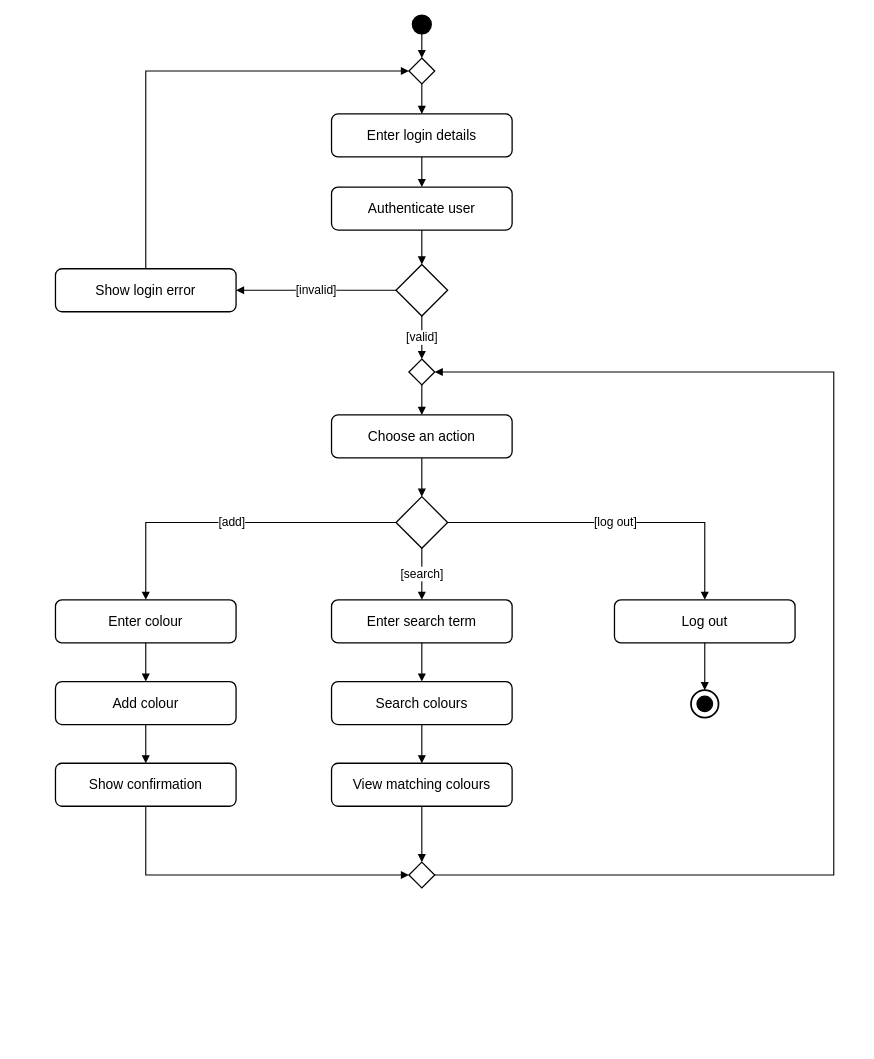
This is docs/uml/activity.drawio from milesrack/colors-lamp, a draw.io file, before an edit. Source tidied: cells renumbered, new cells numbered last; positions are measured from the earlier drawing's top-left corner, leaving out a move shared by most shapes. Both pictures are drawn from the tidied source at 86%, with x=0, y=0 at pixel (55, 15).
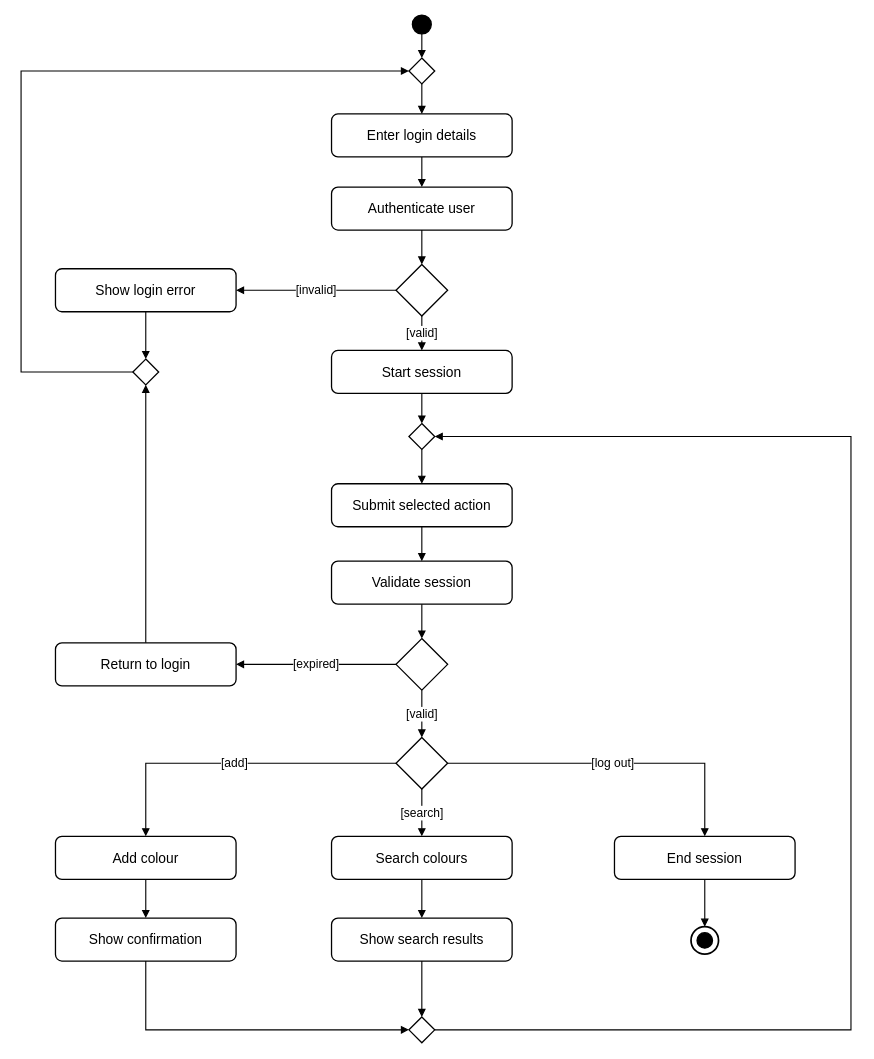
After the change.

The change refers to these unchanged cells:
```xml
<mxCell id="3" style="html=1;whiteSpace=wrap;fontFamily=Helvetica;fontSize=16;fontColor=#000000;strokeColor=#000000;fillColor=#FFFFFF;strokeWidth=1.5;rhombus;" parent="1" vertex="1">
  <mxGeometry x="411" y="50" width="30" height="30" as="geometry" />
</mxCell>
<mxCell id="6" style="html=1;whiteSpace=wrap;fontFamily=Helvetica;fontSize=16;fontColor=#000000;strokeColor=#000000;fillColor=#FFFFFF;strokeWidth=1.5;rhombus;" parent="1" vertex="1">
  <mxGeometry x="396" y="290" width="60" height="60" as="geometry" />
</mxCell>
<mxCell id="7" value="Show login error" style="html=1;whiteSpace=wrap;fontFamily=Helvetica;fontSize=16;fontColor=#000000;strokeColor=#000000;fillColor=#FFFFFF;strokeWidth=1.5;rounded=1;arcSize=15;" parent="1" vertex="1">
  <mxGeometry y="295" width="210" height="50" as="geometry" />
</mxCell>
```

Change to the diagram source:
```diff
@@
+    <mxCell id="41" style="html=1;whiteSpace=wrap;fontFamily=Helvetica;fontSize=16;fontColor=#000000;strokeColor=#000000;fillColor=#FFFFFF;strokeWidth=1.5;rhombus;" parent="1" vertex="1">
+      <mxGeometry x="90" y="400" width="30" height="30" as="geometry" />
+    </mxCell>
+    <mxCell id="42" value="Start session" style="html=1;whiteSpace=wrap;fontFamily=Helvetica;fontSize=16;fontColor=#000000;strokeColor=#000000;fillColor=#FFFFFF;strokeWidth=1.5;rounded=1;arcSize=15;" parent="1" vertex="1">
+      <mxGeometry x="321" y="390" width="210" height="50" as="geometry" />
+    </mxCell>
     <mxCell id="8" style="html=1;whiteSpace=wrap;fontFamily=Helvetica;fontSize=16;fontColor=#000000;strokeColor=#000000;fillColor=#FFFFFF;strokeWidth=1.5;rhombus;" parent="1" vertex="1">
-      <mxGeometry x="411" y="400" width="30" height="30" as="geometry" />
+      <mxGeometry x="411" y="475" width="30" height="30" as="geometry" />
     </mxCell>
-    <mxCell id="9" value="Choose an action" style="html=1;whiteSpace=wrap;fontFamily=Helvetica;fontSize=16;fontColor=#000000;strokeColor=#000000;fillColor=#FFFFFF;strokeWidth=1.5;rounded=1;arcSize=15;" parent="1" vertex="1">
-      <mxGeometry x="321" y="465" width="210" height="50" as="geometry" />
+    <mxCell id="9" value="Submit selected action" style="html=1;whiteSpace=wrap;fontFamily=Helvetica;fontSize=16;fontColor=#000000;strokeColor=#000000;fillColor=#FFFFFF;strokeWidth=1.5;rounded=1;arcSize=15;" parent="1" vertex="1">
+      <mxGeometry x="321" y="545" width="210" height="50" as="geometry" />
     </mxCell>
+    <mxCell id="43" value="Validate session" style="html=1;whiteSpace=wrap;fontFamily=Helvetica;fontSize=16;fontColor=#000000;strokeColor=#000000;fillColor=#FFFFFF;strokeWidth=1.5;rounded=1;arcSize=15;" parent="1" vertex="1">
+      <mxGeometry x="321" y="635" width="210" height="50" as="geometry" />
+    </mxCell>
+    <mxCell id="44" style="html=1;whiteSpace=wrap;fontFamily=Helvetica;fontSize=16;fontColor=#000000;strokeColor=#000000;fillColor=#FFFFFF;strokeWidth=1.5;rhombus;" parent="1" vertex="1">
+      <mxGeometry x="396" y="725" width="60" height="60" as="geometry" />
+    </mxCell>
+    <mxCell id="45" value="Return to login" style="html=1;whiteSpace=wrap;fontFamily=Helvetica;fontSize=16;fontColor=#000000;strokeColor=#000000;fillColor=#FFFFFF;strokeWidth=1.5;rounded=1;arcSize=15;" parent="1" vertex="1">
+      <mxGeometry y="730" width="210" height="50" as="geometry" />
+    </mxCell>
     <mxCell id="10" style="html=1;whiteSpace=wrap;fontFamily=Helvetica;fontSize=16;fontColor=#000000;strokeColor=#000000;fillColor=#FFFFFF;strokeWidth=1.5;rhombus;" parent="1" vertex="1">
-      <mxGeometry x="396" y="560" width="60" height="60" as="geometry" />
+      <mxGeometry x="396" y="840" width="60" height="60" as="geometry" />
     </mxCell>
-    <mxCell id="11" value="Enter colour" style="html=1;whiteSpace=wrap;fontFamily=Helvetica;fontSize=16;fontColor=#000000;strokeColor=#000000;fillColor=#FFFFFF;strokeWidth=1.5;rounded=1;arcSize=15;" parent="1" vertex="1">
-      <mxGeometry y="680" width="210" height="50" as="geometry" />
-    </mxCell>
     <mxCell id="12" value="Add colour" style="html=1;whiteSpace=wrap;fontFamily=Helvetica;fontSize=16;fontColor=#000000;strokeColor=#000000;fillColor=#FFFFFF;strokeWidth=1.5;rounded=1;arcSize=15;" parent="1" vertex="1">
-      <mxGeometry y="775" width="210" height="50" as="geometry" />
+      <mxGeometry y="955" width="210" height="50" as="geometry" />
     </mxCell>
     <mxCell id="13" value="Show confirmation" style="html=1;whiteSpace=wrap;fontFamily=Helvetica;fontSize=16;fontColor=#000000;strokeColor=#000000;fillColor=#FFFFFF;strokeWidth=1.5;rounded=1;arcSize=15;" parent="1" vertex="1">
-      <mxGeometry y="870" width="210" height="50" as="geometry" />
+      <mxGeometry y="1050" width="210" height="50" as="geometry" />
     </mxCell>
-    <mxCell id="14" value="Enter search term" style="html=1;whiteSpace=wrap;fontFamily=Helvetica;fontSize=16;fontColor=#000000;strokeColor=#000000;fillColor=#FFFFFF;strokeWidth=1.5;rounded=1;arcSize=15;" parent="1" vertex="1">
-      <mxGeometry x="321" y="680" width="210" height="50" as="geometry" />
-    </mxCell>
     <mxCell id="15" value="Search colours" style="html=1;whiteSpace=wrap;fontFamily=Helvetica;fontSize=16;fontColor=#000000;strokeColor=#000000;fillColor=#FFFFFF;strokeWidth=1.5;rounded=1;arcSize=15;" parent="1" vertex="1">
-      <mxGeometry x="321" y="775" width="210" height="50" as="geometry" />
+      <mxGeometry x="321" y="955" width="210" height="50" as="geometry" />
     </mxCell>
-    <mxCell id="16" value="View matching colours" style="html=1;whiteSpace=wrap;fontFamily=Helvetica;fontSize=16;fontColor=#000000;strokeColor=#000000;fillColor=#FFFFFF;strokeWidth=1.5;rounded=1;arcSize=15;" parent="1" vertex="1">
-      <mxGeometry x="321" y="870" width="210" height="50" as="geometry" />
+    <mxCell id="16" value="Show search results" style="html=1;whiteSpace=wrap;fontFamily=Helvetica;fontSize=16;fontColor=#000000;strokeColor=#000000;fillColor=#FFFFFF;strokeWidth=1.5;rounded=1;arcSize=15;" parent="1" vertex="1">
+      <mxGeometry x="321" y="1050" width="210" height="50" as="geometry" />
     </mxCell>
-    <mxCell id="17" value="Log out" style="html=1;whiteSpace=wrap;fontFamily=Helvetica;fontSize=16;fontColor=#000000;strokeColor=#000000;fillColor=#FFFFFF;strokeWidth=1.5;rounded=1;arcSize=15;" parent="1" vertex="1">
-      <mxGeometry x="650" y="680" width="210" height="50" as="geometry" />
+    <mxCell id="17" value="End session" style="html=1;whiteSpace=wrap;fontFamily=Helvetica;fontSize=16;fontColor=#000000;strokeColor=#000000;fillColor=#FFFFFF;strokeWidth=1.5;rounded=1;arcSize=15;" parent="1" vertex="1">
+      <mxGeometry x="650" y="955" width="210" height="50" as="geometry" />
     </mxCell>
     <mxCell id="18" style="html=1;whiteSpace=wrap;fontFamily=Helvetica;fontSize=16;fontColor=#000000;strokeColor=#000000;fillColor=#FFFFFF;strokeWidth=1.5;ellipse;fillColor=#FFFFFF;strokeWidth=2;" parent="1" vertex="1">
-      <mxGeometry x="739" y="785" width="32" height="32" as="geometry" />
+      <mxGeometry x="739" y="1060" width="32" height="32" as="geometry" />
     </mxCell>
     <mxCell id="19" style="html=1;whiteSpace=wrap;fontFamily=Helvetica;fontSize=16;fontColor=#000000;strokeColor=#000000;fillColor=#FFFFFF;strokeWidth=1.5;ellipse;fillColor=#000000;" parent="1" vertex="1">
-      <mxGeometry x="746" y="792" width="18" height="18" as="geometry" />
+      <mxGeometry x="746" y="1067" width="18" height="18" as="geometry" />
     </mxCell>
     <mxCell id="20" style="html=1;whiteSpace=wrap;fontFamily=Helvetica;fontSize=16;fontColor=#000000;strokeColor=#000000;fillColor=#FFFFFF;strokeWidth=1.5;rhombus;" parent="1" vertex="1">
-      <mxGeometry x="411" y="985" width="30" height="30" as="geometry" />
+      <mxGeometry x="411" y="1165" width="30" height="30" as="geometry" />
     </mxCell>
@@
-    <mxCell id="25" style="edgeStyle=orthogonalEdgeStyle;rounded=0;html=1;fontFamily=Helvetica;fontSize=14;fontColor=#000000;strokeColor=#000000;strokeWidth=1.3;labelBackgroundColor=#FFFFFF;endArrow=block;endFill=1;jettySize=auto;exitX=0.5;exitY=1;entryX=0.5;entryY=0;jettySize=0;" parent="1" edge="1" source="8" target="9">
+    <mxCell id="25" style="edgeStyle=orthogonalEdgeStyle;rounded=0;html=1;fontFamily=Helvetica;fontSize=14;fontColor=#000000;strokeColor=#000000;strokeWidth=1.3;labelBackgroundColor=#FFFFFF;endArrow=block;endFill=1;jettySize=auto;exitX=0.5;exitY=1;entryX=0.5;entryY=0;jettySize=0;" parent="1" edge="1" source="42" target="8">
       <mxGeometry relative="1" as="geometry" />
     </mxCell>
-    <mxCell id="26" style="edgeStyle=orthogonalEdgeStyle;rounded=0;html=1;fontFamily=Helvetica;fontSize=14;fontColor=#000000;strokeColor=#000000;strokeWidth=1.3;labelBackgroundColor=#FFFFFF;endArrow=block;endFill=1;jettySize=auto;exitX=0.5;exitY=1;entryX=0.5;entryY=0;jettySize=0;" parent="1" edge="1" source="9" target="10">
+    <mxCell id="26" style="edgeStyle=orthogonalEdgeStyle;rounded=0;html=1;fontFamily=Helvetica;fontSize=14;fontColor=#000000;strokeColor=#000000;strokeWidth=1.3;labelBackgroundColor=#FFFFFF;endArrow=block;endFill=1;jettySize=auto;exitX=0.5;exitY=1;entryX=0.5;entryY=0;jettySize=0;" parent="1" edge="1" source="8" target="9">
       <mxGeometry relative="1" as="geometry" />
     </mxCell>
-    <mxCell id="27" style="edgeStyle=orthogonalEdgeStyle;rounded=0;html=1;fontFamily=Helvetica;fontSize=14;fontColor=#000000;strokeColor=#000000;strokeWidth=1.3;labelBackgroundColor=#FFFFFF;endArrow=block;endFill=1;jettySize=auto;exitX=0.5;exitY=1;entryX=0.5;entryY=0;jettySize=0;" parent="1" edge="1" source="11" target="12">
+    <mxCell id="27" style="edgeStyle=orthogonalEdgeStyle;rounded=0;html=1;fontFamily=Helvetica;fontSize=14;fontColor=#000000;strokeColor=#000000;strokeWidth=1.3;labelBackgroundColor=#FFFFFF;endArrow=block;endFill=1;jettySize=auto;exitX=0.5;exitY=1;entryX=0.5;entryY=0;jettySize=0;" parent="1" edge="1" source="9" target="43">
       <mxGeometry relative="1" as="geometry" />
     </mxCell>
-    <mxCell id="28" style="edgeStyle=orthogonalEdgeStyle;rounded=0;html=1;fontFamily=Helvetica;fontSize=14;fontColor=#000000;strokeColor=#000000;strokeWidth=1.3;labelBackgroundColor=#FFFFFF;endArrow=block;endFill=1;jettySize=auto;exitX=0.5;exitY=1;entryX=0.5;entryY=0;jettySize=0;" parent="1" edge="1" source="12" target="13">
+    <mxCell id="28" style="edgeStyle=orthogonalEdgeStyle;rounded=0;html=1;fontFamily=Helvetica;fontSize=14;fontColor=#000000;strokeColor=#000000;strokeWidth=1.3;labelBackgroundColor=#FFFFFF;endArrow=block;endFill=1;jettySize=auto;exitX=0.5;exitY=1;entryX=0.5;entryY=0;jettySize=0;" parent="1" edge="1" source="43" target="44">
       <mxGeometry relative="1" as="geometry" />
     </mxCell>
-    <mxCell id="29" style="edgeStyle=orthogonalEdgeStyle;rounded=0;html=1;fontFamily=Helvetica;fontSize=14;fontColor=#000000;strokeColor=#000000;strokeWidth=1.3;labelBackgroundColor=#FFFFFF;endArrow=block;endFill=1;jettySize=auto;exitX=0.5;exitY=1;entryX=0.5;entryY=0;jettySize=0;" parent="1" edge="1" source="14" target="15">
+    <mxCell id="29" style="edgeStyle=orthogonalEdgeStyle;rounded=0;html=1;fontFamily=Helvetica;fontSize=14;fontColor=#000000;strokeColor=#000000;strokeWidth=1.3;labelBackgroundColor=#FFFFFF;endArrow=block;endFill=1;jettySize=auto;exitX=0.5;exitY=1;entryX=0.5;entryY=0;jettySize=0;" parent="1" edge="1" source="12" target="13">
       <mxGeometry relative="1" as="geometry" />
     </mxCell>
@@
-    <mxCell id="34" style="edgeStyle=orthogonalEdgeStyle;rounded=0;html=1;fontFamily=Helvetica;fontSize=14;fontColor=#000000;strokeColor=#000000;strokeWidth=1.3;labelBackgroundColor=#FFFFFF;endArrow=block;endFill=1;jettySize=auto;exitX=0.5;exitY=1;entryX=0.5;entryY=0;jettySize=0;exitX=0.5;exitY=0;entryX=0;entryY=0.5;" parent="1" edge="1" source="7" target="3">
-      <mxGeometry relative="1" as="geometry">
-        <Array as="points">
-          <mxPoint x="105" y="65" />
-        </Array>
-      </mxGeometry>
+    <mxCell id="34" style="edgeStyle=orthogonalEdgeStyle;rounded=0;html=1;fontFamily=Helvetica;fontSize=14;fontColor=#000000;strokeColor=#000000;strokeWidth=1.3;labelBackgroundColor=#FFFFFF;endArrow=block;endFill=1;jettySize=auto;exitX=0.5;exitY=1;entryX=0.5;entryY=0;jettySize=0;" parent="1" edge="1" source="7" target="41">
+      <mxGeometry relative="1" as="geometry" />
     </mxCell>
-    <mxCell id="35" value="[valid]" style="edgeStyle=orthogonalEdgeStyle;rounded=0;html=1;fontFamily=Helvetica;fontSize=14;fontColor=#000000;strokeColor=#000000;strokeWidth=1.3;labelBackgroundColor=#FFFFFF;endArrow=block;endFill=1;jettySize=auto;exitX=0.5;exitY=1;entryX=0.5;entryY=0;jettySize=0;" parent="1" edge="1" source="6" target="8">
+    <mxCell id="35" value="[valid]" style="edgeStyle=orthogonalEdgeStyle;rounded=0;html=1;fontFamily=Helvetica;fontSize=14;fontColor=#000000;strokeColor=#000000;strokeWidth=1.3;labelBackgroundColor=#FFFFFF;endArrow=block;endFill=1;jettySize=auto;exitX=0.5;exitY=1;entryX=0.5;entryY=0;jettySize=0;" parent="1" edge="1" source="6" target="42">
       <mxGeometry relative="1" as="geometry" />
     </mxCell>
+    <mxCell id="46" value="[expired]" style="edgeStyle=orthogonalEdgeStyle;rounded=0;html=1;fontFamily=Helvetica;fontSize=14;fontColor=#000000;strokeColor=#000000;strokeWidth=1.3;labelBackgroundColor=#FFFFFF;endArrow=block;endFill=1;jettySize=auto;exitX=0.5;exitY=1;entryX=0.5;entryY=0;jettySize=0;exitX=0;exitY=0.5;entryX=1;entryY=0.5;" parent="1" edge="1" source="44" target="45">
+      <mxGeometry relative="1" as="geometry" />
+    </mxCell>
+    <mxCell id="47" style="edgeStyle=orthogonalEdgeStyle;rounded=0;html=1;fontFamily=Helvetica;fontSize=14;fontColor=#000000;strokeColor=#000000;strokeWidth=1.3;labelBackgroundColor=#FFFFFF;endArrow=block;endFill=1;jettySize=auto;exitX=0.5;exitY=1;entryX=0.5;entryY=0;jettySize=0;exitX=0.5;exitY=0;entryX=0.5;entryY=1;" parent="1" edge="1" source="45" target="41">
+      <mxGeometry relative="1" as="geometry" />
+    </mxCell>
+    <mxCell id="48" style="edgeStyle=orthogonalEdgeStyle;rounded=0;html=1;fontFamily=Helvetica;fontSize=14;fontColor=#000000;strokeColor=#000000;strokeWidth=1.3;labelBackgroundColor=#FFFFFF;endArrow=block;endFill=1;jettySize=auto;exitX=0.5;exitY=1;entryX=0.5;entryY=0;jettySize=0;exitX=0;exitY=0.5;entryX=0;entryY=0.5;" parent="1" edge="1" source="41" target="3">
+      <mxGeometry relative="1" as="geometry">
+        <Array as="points">
+          <mxPoint x="-40" y="415" />
+          <mxPoint x="-40" y="65" />
+        </Array>
+      </mxGeometry>
+    </mxCell>
+    <mxCell id="49" value="[valid]" style="edgeStyle=orthogonalEdgeStyle;rounded=0;html=1;fontFamily=Helvetica;fontSize=14;fontColor=#000000;strokeColor=#000000;strokeWidth=1.3;labelBackgroundColor=#FFFFFF;endArrow=block;endFill=1;jettySize=auto;exitX=0.5;exitY=1;entryX=0.5;entryY=0;jettySize=0;" parent="1" edge="1" source="44" target="10">
+      <mxGeometry relative="1" as="geometry" />
+    </mxCell>
-    <mxCell id="36" value="[add]" style="edgeStyle=orthogonalEdgeStyle;rounded=0;html=1;fontFamily=Helvetica;fontSize=14;fontColor=#000000;strokeColor=#000000;strokeWidth=1.3;labelBackgroundColor=#FFFFFF;endArrow=block;endFill=1;jettySize=auto;exitX=0.5;exitY=1;entryX=0.5;entryY=0;jettySize=0;exitX=0;exitY=0.5;entryX=0.5;entryY=0;" parent="1" edge="1" source="10" target="11">
+    <mxCell id="36" value="[add]" style="edgeStyle=orthogonalEdgeStyle;rounded=0;html=1;fontFamily=Helvetica;fontSize=14;fontColor=#000000;strokeColor=#000000;strokeWidth=1.3;labelBackgroundColor=#FFFFFF;endArrow=block;endFill=1;jettySize=auto;exitX=0.5;exitY=1;entryX=0.5;entryY=0;jettySize=0;exitX=0;exitY=0.5;entryX=0.5;entryY=0;" parent="1" edge="1" source="10" target="12">
       <mxGeometry relative="1" as="geometry">
         <Array as="points">
-          <mxPoint x="105" y="590" />
+          <mxPoint x="105" y="870" />
         </Array>
       </mxGeometry>
     </mxCell>
-    <mxCell id="37" value="[search]" style="edgeStyle=orthogonalEdgeStyle;rounded=0;html=1;fontFamily=Helvetica;fontSize=14;fontColor=#000000;strokeColor=#000000;strokeWidth=1.3;labelBackgroundColor=#FFFFFF;endArrow=block;endFill=1;jettySize=auto;exitX=0.5;exitY=1;entryX=0.5;entryY=0;jettySize=0;" parent="1" edge="1" source="10" target="14">
+    <mxCell id="37" value="[search]" style="edgeStyle=orthogonalEdgeStyle;rounded=0;html=1;fontFamily=Helvetica;fontSize=14;fontColor=#000000;strokeColor=#000000;strokeWidth=1.3;labelBackgroundColor=#FFFFFF;endArrow=block;endFill=1;jettySize=auto;exitX=0.5;exitY=1;entryX=0.5;entryY=0;jettySize=0;" parent="1" edge="1" source="10" target="15">
       <mxGeometry relative="1" as="geometry" />
     </mxCell>
     <mxCell id="38" value="[log out]" style="edgeStyle=orthogonalEdgeStyle;rounded=0;html=1;fontFamily=Helvetica;fontSize=14;fontColor=#000000;strokeColor=#000000;strokeWidth=1.3;labelBackgroundColor=#FFFFFF;endArrow=block;endFill=1;jettySize=auto;exitX=0.5;exitY=1;entryX=0.5;entryY=0;jettySize=0;exitX=1;exitY=0.5;entryX=0.5;entryY=0;" parent="1" edge="1" source="10" target="17">
       <mxGeometry relative="1" as="geometry">
         <Array as="points">
-          <mxPoint x="755" y="590" />
+          <mxPoint x="755" y="870" />
         </Array>
       </mxGeometry>
     </mxCell>
     <mxCell id="39" style="edgeStyle=orthogonalEdgeStyle;rounded=0;html=1;fontFamily=Helvetica;fontSize=14;fontColor=#000000;strokeColor=#000000;strokeWidth=1.3;labelBackgroundColor=#FFFFFF;endArrow=block;endFill=1;jettySize=auto;exitX=0.5;exitY=1;entryX=0.5;entryY=0;jettySize=0;exitX=0.5;exitY=1;entryX=0;entryY=0.5;" parent="1" edge="1" source="13" target="20">
       <mxGeometry relative="1" as="geometry">
         <Array as="points">
-          <mxPoint x="105" y="1000" />
+          <mxPoint x="105" y="1180" />
         </Array>
       </mxGeometry>
     </mxCell>
     <mxCell id="40" style="edgeStyle=orthogonalEdgeStyle;rounded=0;html=1;fontFamily=Helvetica;fontSize=14;fontColor=#000000;strokeColor=#000000;strokeWidth=1.3;labelBackgroundColor=#FFFFFF;endArrow=block;endFill=1;jettySize=auto;exitX=0.5;exitY=1;entryX=0.5;entryY=0;jettySize=0;exitX=1;exitY=0.5;entryX=1;entryY=0.5;" parent="1" edge="1" source="20" target="8">
       <mxGeometry relative="1" as="geometry">
         <Array as="points">
-          <mxPoint x="905" y="1000" />
-          <mxPoint x="905" y="415" />
+          <mxPoint x="925" y="1180" />
+          <mxPoint x="925" y="490" />
         </Array>
       </mxGeometry>
     </mxCell>
```
